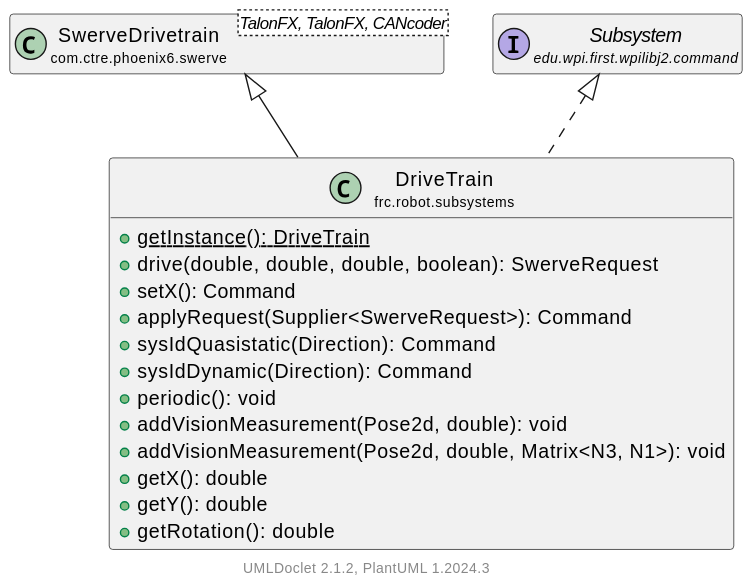
LakotaRobotics1038/2026RobotProject keeps this PlantUML diagram as docs/uml/frc/robot/subsystems/DriveTrain.svg. Above is the earlier version. Source of this version:
```plantuml
@startuml
    set namespaceSeparator none
    hide empty fields
    hide empty methods

    class "<size:14>DriveTrain\n<size:10>frc.robot.subsystems" as frc.robot.subsystems.DriveTrain [[DriveTrain.html]] {
        {static} +getInstance(): DriveTrain
        +drive(double, double, double, boolean): SwerveRequest
        +setX(): Command
        +applyRequest(Supplier<SwerveRequest>): Command
        +sysIdQuasistatic(Direction): Command
        +sysIdDynamic(Direction): Command
        +periodic(): void
        +addVisionMeasurement(Pose2d, double): void
        +addVisionMeasurement(Pose2d, double, Matrix<N3, N1>): void
        +getX(): double
        +getY(): double
        +getRotation(): double
    }

    class "<size:14>SwerveDrivetrain\n<size:10>com.ctre.phoenix6.swerve" as com.ctre.phoenix6.swerve.SwerveDrivetrain<TalonFX, TalonFX, CANcoder>
    interface "<size:14>Subsystem\n<size:10>edu.wpi.first.wpilibj2.command" as edu.wpi.first.wpilibj2.command.Subsystem

    com.ctre.phoenix6.swerve.SwerveDrivetrain <|-- frc.robot.subsystems.DriveTrain
    edu.wpi.first.wpilibj2.command.Subsystem <|.. frc.robot.subsystems.DriveTrain
    center footer UMLDoclet 2.1.2, PlantUML %version()
@enduml
```
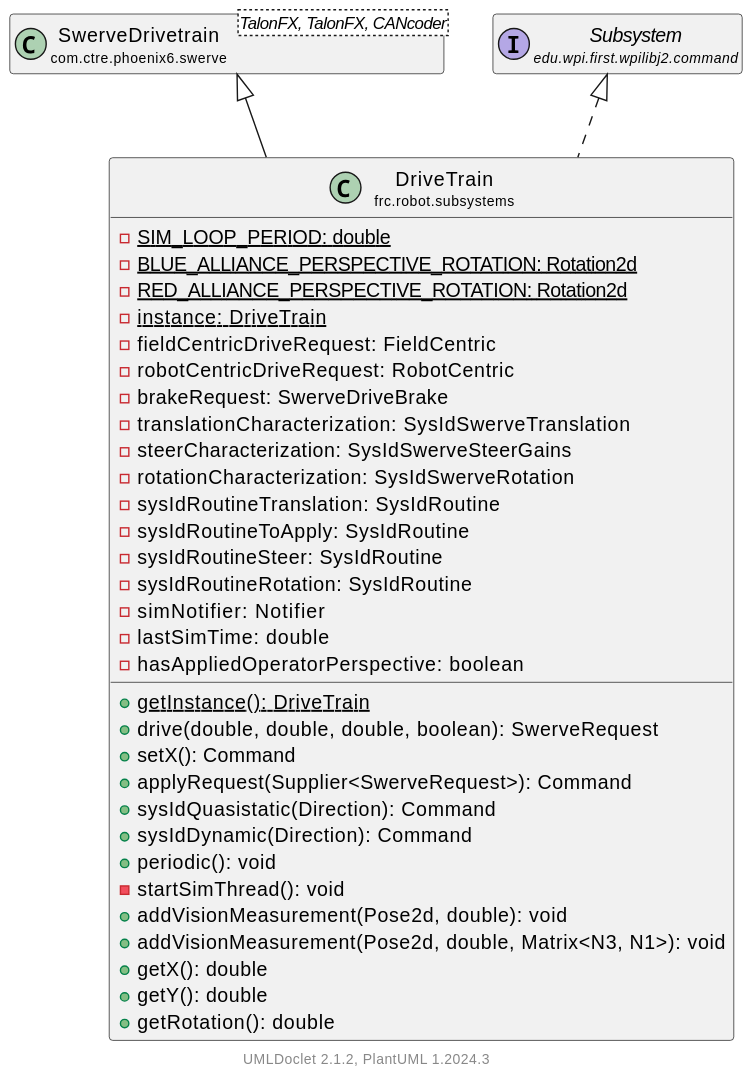
Later version of the same file.

Change to the diagram source:
```diff
@@ -4,6 +4,23 @@
     hide empty methods
 
     class "<size:14>DriveTrain\n<size:10>frc.robot.subsystems" as frc.robot.subsystems.DriveTrain [[DriveTrain.html]] {
+        {static} -SIM_LOOP_PERIOD: double
+        {static} -BLUE_ALLIANCE_PERSPECTIVE_ROTATION: Rotation2d
+        {static} -RED_ALLIANCE_PERSPECTIVE_ROTATION: Rotation2d
+        {static} -instance: DriveTrain
+        -fieldCentricDriveRequest: FieldCentric
+        -robotCentricDriveRequest: RobotCentric
+        -brakeRequest: SwerveDriveBrake
+        -translationCharacterization: SysIdSwerveTranslation
+        -steerCharacterization: SysIdSwerveSteerGains
+        -rotationCharacterization: SysIdSwerveRotation
+        -sysIdRoutineTranslation: SysIdRoutine
+        -sysIdRoutineToApply: SysIdRoutine
+        -sysIdRoutineSteer: SysIdRoutine
+        -sysIdRoutineRotation: SysIdRoutine
+        -simNotifier: Notifier
+        -lastSimTime: double
+        -hasAppliedOperatorPerspective: boolean
         {static} +getInstance(): DriveTrain
         +drive(double, double, double, boolean): SwerveRequest
         +setX(): Command
@@ -11,6 +28,7 @@
         +sysIdQuasistatic(Direction): Command
         +sysIdDynamic(Direction): Command
         +periodic(): void
+        -startSimThread(): void
         +addVisionMeasurement(Pose2d, double): void
         +addVisionMeasurement(Pose2d, double, Matrix<N3, N1>): void
         +getX(): double
```
